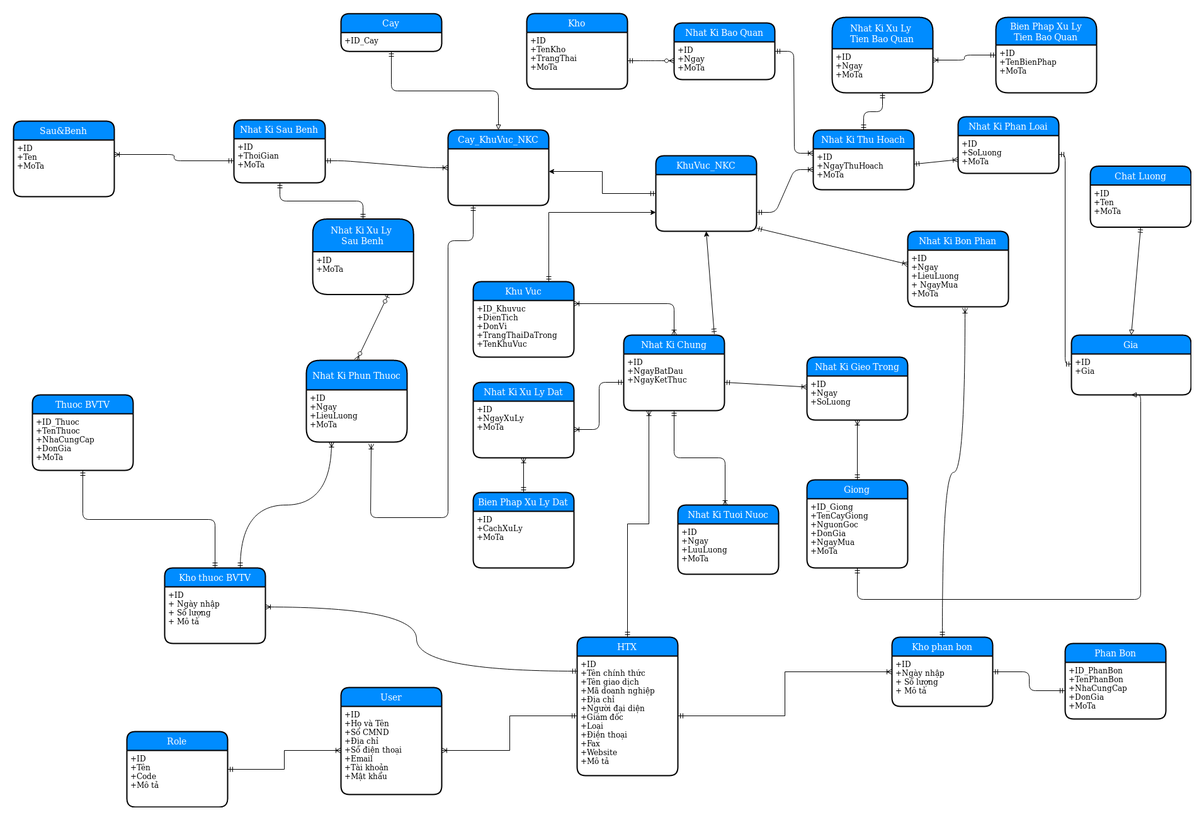
Above: docs/chuc-nang-cay-an-qua/ERD.png in tranminhkhang8198/CLC.2019_Nhat-ky-san-xuat (draw.io), before the change. Source tidied: cells renumbered, new cells last; positions are measured from the earlier drawing's top-left corner, leaving out a move shared by most shapes.
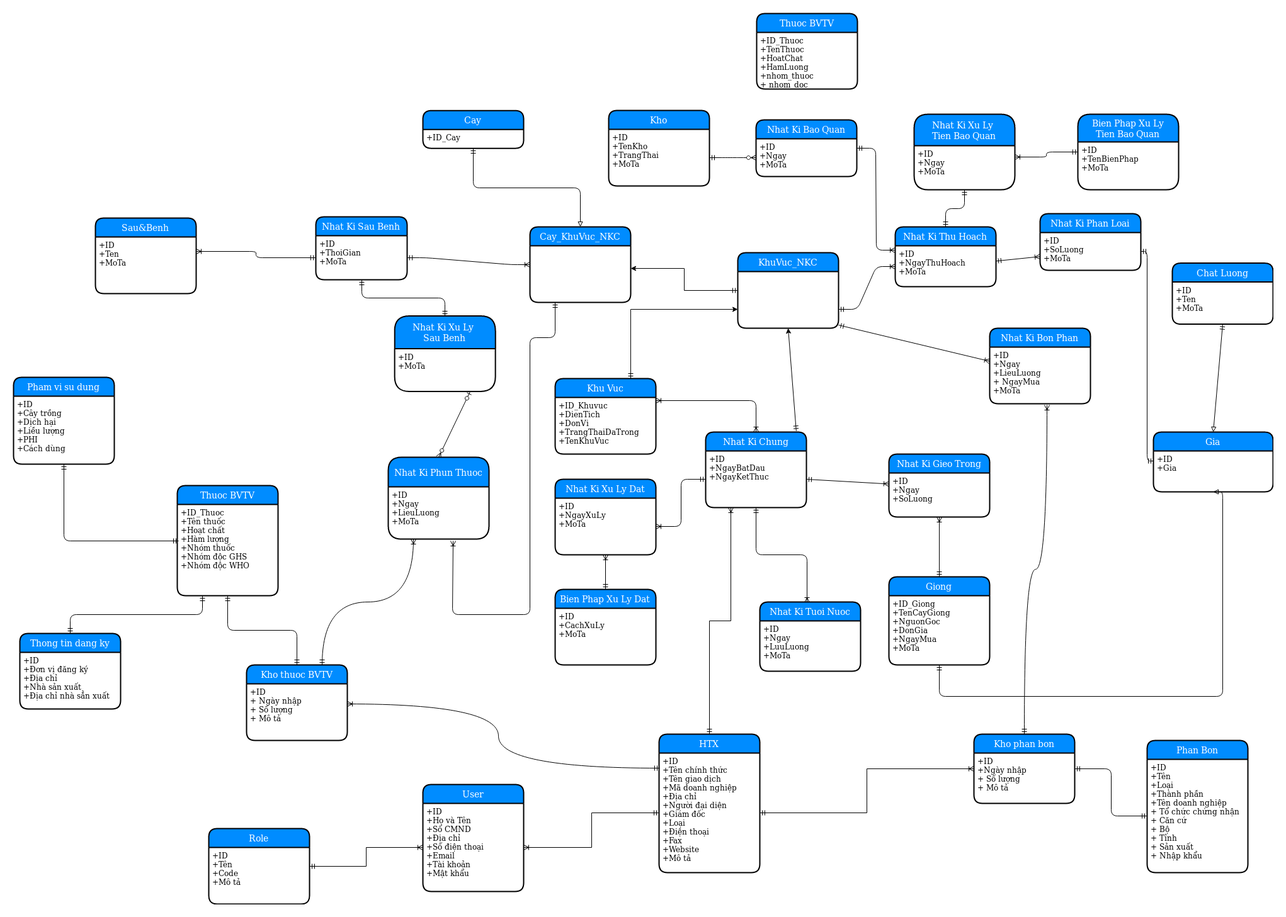
After the commit.

Commit message:
modified: chinh sua erd va uml

What changed in the source:
```diff
@@ -18,10 +18,10 @@
       <mxGeometry relative="1" as="geometry" />
     </mxCell>
     <mxCell id="7" value="Phan Bon" style="swimlane;horizontal=1;startSize=30;fillColor=#008cff;fontColor=#FFFFFF;rounded=1;fontSize=14;fontStyle=0;strokeWidth=2;shadow=0;dashed=0;align=center;" parent="1" vertex="1">
-      <mxGeometry x="1670" y="1001" width="160" height="120" as="geometry" />
+      <mxGeometry x="1670" y="1001" width="160" height="210" as="geometry" />
     </mxCell>
-    <mxCell id="8" value="+ID_PhanBon&#10;+TenPhanBon&#10;+NhaCungCap&#10;+DonGia&#10;+MoTa&#10;" style="align=left;strokeColor=none;fillColor=none;spacingLeft=4;fontSize=12;verticalAlign=top;" parent="7" vertex="1">
-      <mxGeometry y="30" width="160" height="90" as="geometry" />
+    <mxCell id="8" value="+ID&#10;+Tên &#10;+Loại&#10;+Thành phần&#10;+Tên doanh nghiệp&#10;+ Tổ chức chứng nhận&#10;+ Căn cứ&#10;+ Bộ&#10;+ Tỉnh&#10;+ Sản xuất&#10;+ Nhập khẩu&#10;&#10;" style="align=left;strokeColor=none;fillColor=none;spacingLeft=4;fontSize=12;verticalAlign=top;" parent="7" vertex="1">
+      <mxGeometry y="30" width="160" height="180" as="geometry" />
     </mxCell>
     <mxCell id="9" style="fontSize=12;html=1;endArrow=ERoneToMany;startArrow=ERmandOne;entryX=0;entryY=0.25;entryDx=0;entryDy=0;" parent="1" edge="1" target="38">
       <mxGeometry relative="1" as="geometry">
@@ -230,11 +230,17 @@
       <mxGeometry y="47" width="160" height="83" as="geometry" />
     </mxCell>
     <mxCell id="71" value="Thuoc BVTV" style="swimlane;horizontal=1;startSize=30;fillColor=#008cff;fontColor=#FFFFFF;rounded=1;fontSize=14;fontStyle=0;strokeWidth=2;shadow=0;dashed=0;align=center;" parent="1" vertex="1">
-      <mxGeometry x="30" y="606" width="160" height="120" as="geometry" />
+      <mxGeometry x="130" y="596" width="160" height="175" as="geometry" />
     </mxCell>
-    <mxCell id="72" value="+ID_Thuoc&#10;+TenThuoc&#10;+NhaCungCap&#10;+DonGia&#10;+MoTa" style="align=left;strokeColor=none;fillColor=none;spacingLeft=4;fontSize=12;verticalAlign=top;" parent="71" vertex="1">
-      <mxGeometry y="30" width="160" height="90" as="geometry" />
+    <mxCell id="72" value="+ID_Thuoc&#10;+Tên thuốc&#10;+Hoạt chất&#10;+Hàm lượng&#10;+Nhóm thuốc&#10;+Nhóm độc GHS&#10;+Nhóm độc WHO&#10;" style="align=left;strokeColor=none;fillColor=none;spacingLeft=4;fontSize=12;verticalAlign=top;" parent="71" vertex="1">
+      <mxGeometry y="30" width="160" height="145" as="geometry" />
     </mxCell>
+    <mxCell id="94" value="Thuoc BVTV" style="swimlane;horizontal=1;startSize=30;fillColor=#008cff;fontColor=#FFFFFF;rounded=1;fontSize=14;fontStyle=0;strokeWidth=2;shadow=0;dashed=0;align=center;" parent="1" vertex="1">
+      <mxGeometry x="1050" y="-154" width="160" height="120" as="geometry" />
+    </mxCell>
+    <mxCell id="95" value="+ID_Thuoc&#10;+TenThuoc&#10;+HoatChat&#10;+HamLuong&#10;+nhom_thuoc&#10;+ nhom_doc&#10;" style="align=left;strokeColor=none;fillColor=none;spacingLeft=4;fontSize=12;verticalAlign=top;" parent="94" vertex="1">
+      <mxGeometry y="30" width="160" height="90" as="geometry" />
+    </mxCell>
     <mxCell id="73" value="Sau&amp;Benh" style="swimlane;horizontal=1;startSize=30;fillColor=#008cff;fontColor=#FFFFFF;rounded=1;fontSize=14;fontStyle=0;strokeWidth=2;shadow=0;dashed=0;align=center;" parent="1" vertex="1">
       <mxGeometry y="171" width="160" height="120" as="geometry" />
     </mxCell>
@@ -303,5 +309,23 @@
     <mxCell id="93" style="edgeStyle=orthogonalEdgeStyle;fontSize=12;html=1;endArrow=ERmandOne;startArrow=ERmandOne;exitX=0.5;exitY=1;exitDx=0;exitDy=0;" parent="1" edge="1" source="72" target="84">
       <mxGeometry relative="1" as="geometry" />
     </mxCell>
+    <mxCell id="96" value="Thong tin dang ky" style="swimlane;horizontal=1;startSize=30;fillColor=#008cff;fontColor=#FFFFFF;rounded=1;fontSize=14;fontStyle=0;strokeWidth=2;shadow=0;dashed=0;align=center;" parent="1" vertex="1">
+      <mxGeometry x="-120" y="831" width="160" height="120" as="geometry" />
+    </mxCell>
+    <mxCell id="97" value="+ID&#10;+Đơn vị đăng ký&#10;+Địa chỉ&#10;+Nhà sản xuất&#10;+Địa chỉ nhà sẳn xuất&#10;" style="align=left;strokeColor=none;fillColor=none;spacingLeft=4;fontSize=12;verticalAlign=top;" parent="96" vertex="1">
+      <mxGeometry y="30" width="160" height="90" as="geometry" />
+    </mxCell>
+    <mxCell id="98" style="edgeStyle=orthogonalEdgeStyle;fontSize=12;html=1;endArrow=ERmandOne;startArrow=ERmandOne;exitX=0.25;exitY=1;exitDx=0;exitDy=0;entryX=0.5;entryY=0;entryDx=0;entryDy=0;" parent="1" edge="1" source="71" target="96">
+      <mxGeometry relative="1" as="geometry" />
+    </mxCell>
+    <mxCell id="99" value="Pham vi su dung" style="swimlane;horizontal=1;startSize=30;fillColor=#008cff;fontColor=#FFFFFF;rounded=1;fontSize=14;fontStyle=0;strokeWidth=2;shadow=0;dashed=0;align=center;" parent="1" vertex="1">
+      <mxGeometry x="-130" y="424" width="160" height="138" as="geometry" />
+    </mxCell>
+    <mxCell id="100" value="+ID&#10;+Cây trồng &#10;+Dịch hại&#10;+Liều lượng &#10;+PHI&#10;+Cách dùng&#10;" style="align=left;strokeColor=none;fillColor=none;spacingLeft=4;fontSize=12;verticalAlign=top;" parent="99" vertex="1">
+      <mxGeometry y="30" width="160" height="108" as="geometry" />
+    </mxCell>
+    <mxCell id="101" style="edgeStyle=orthogonalEdgeStyle;fontSize=12;html=1;endArrow=ERmandOne;startArrow=ERmandOne;exitX=0.013;exitY=0.4;exitDx=0;exitDy=0;exitPerimeter=0;" parent="1" edge="1" source="72" target="100">
+      <mxGeometry relative="1" as="geometry" />
+    </mxCell>
   </root>
 </mxGraphModel>
```
